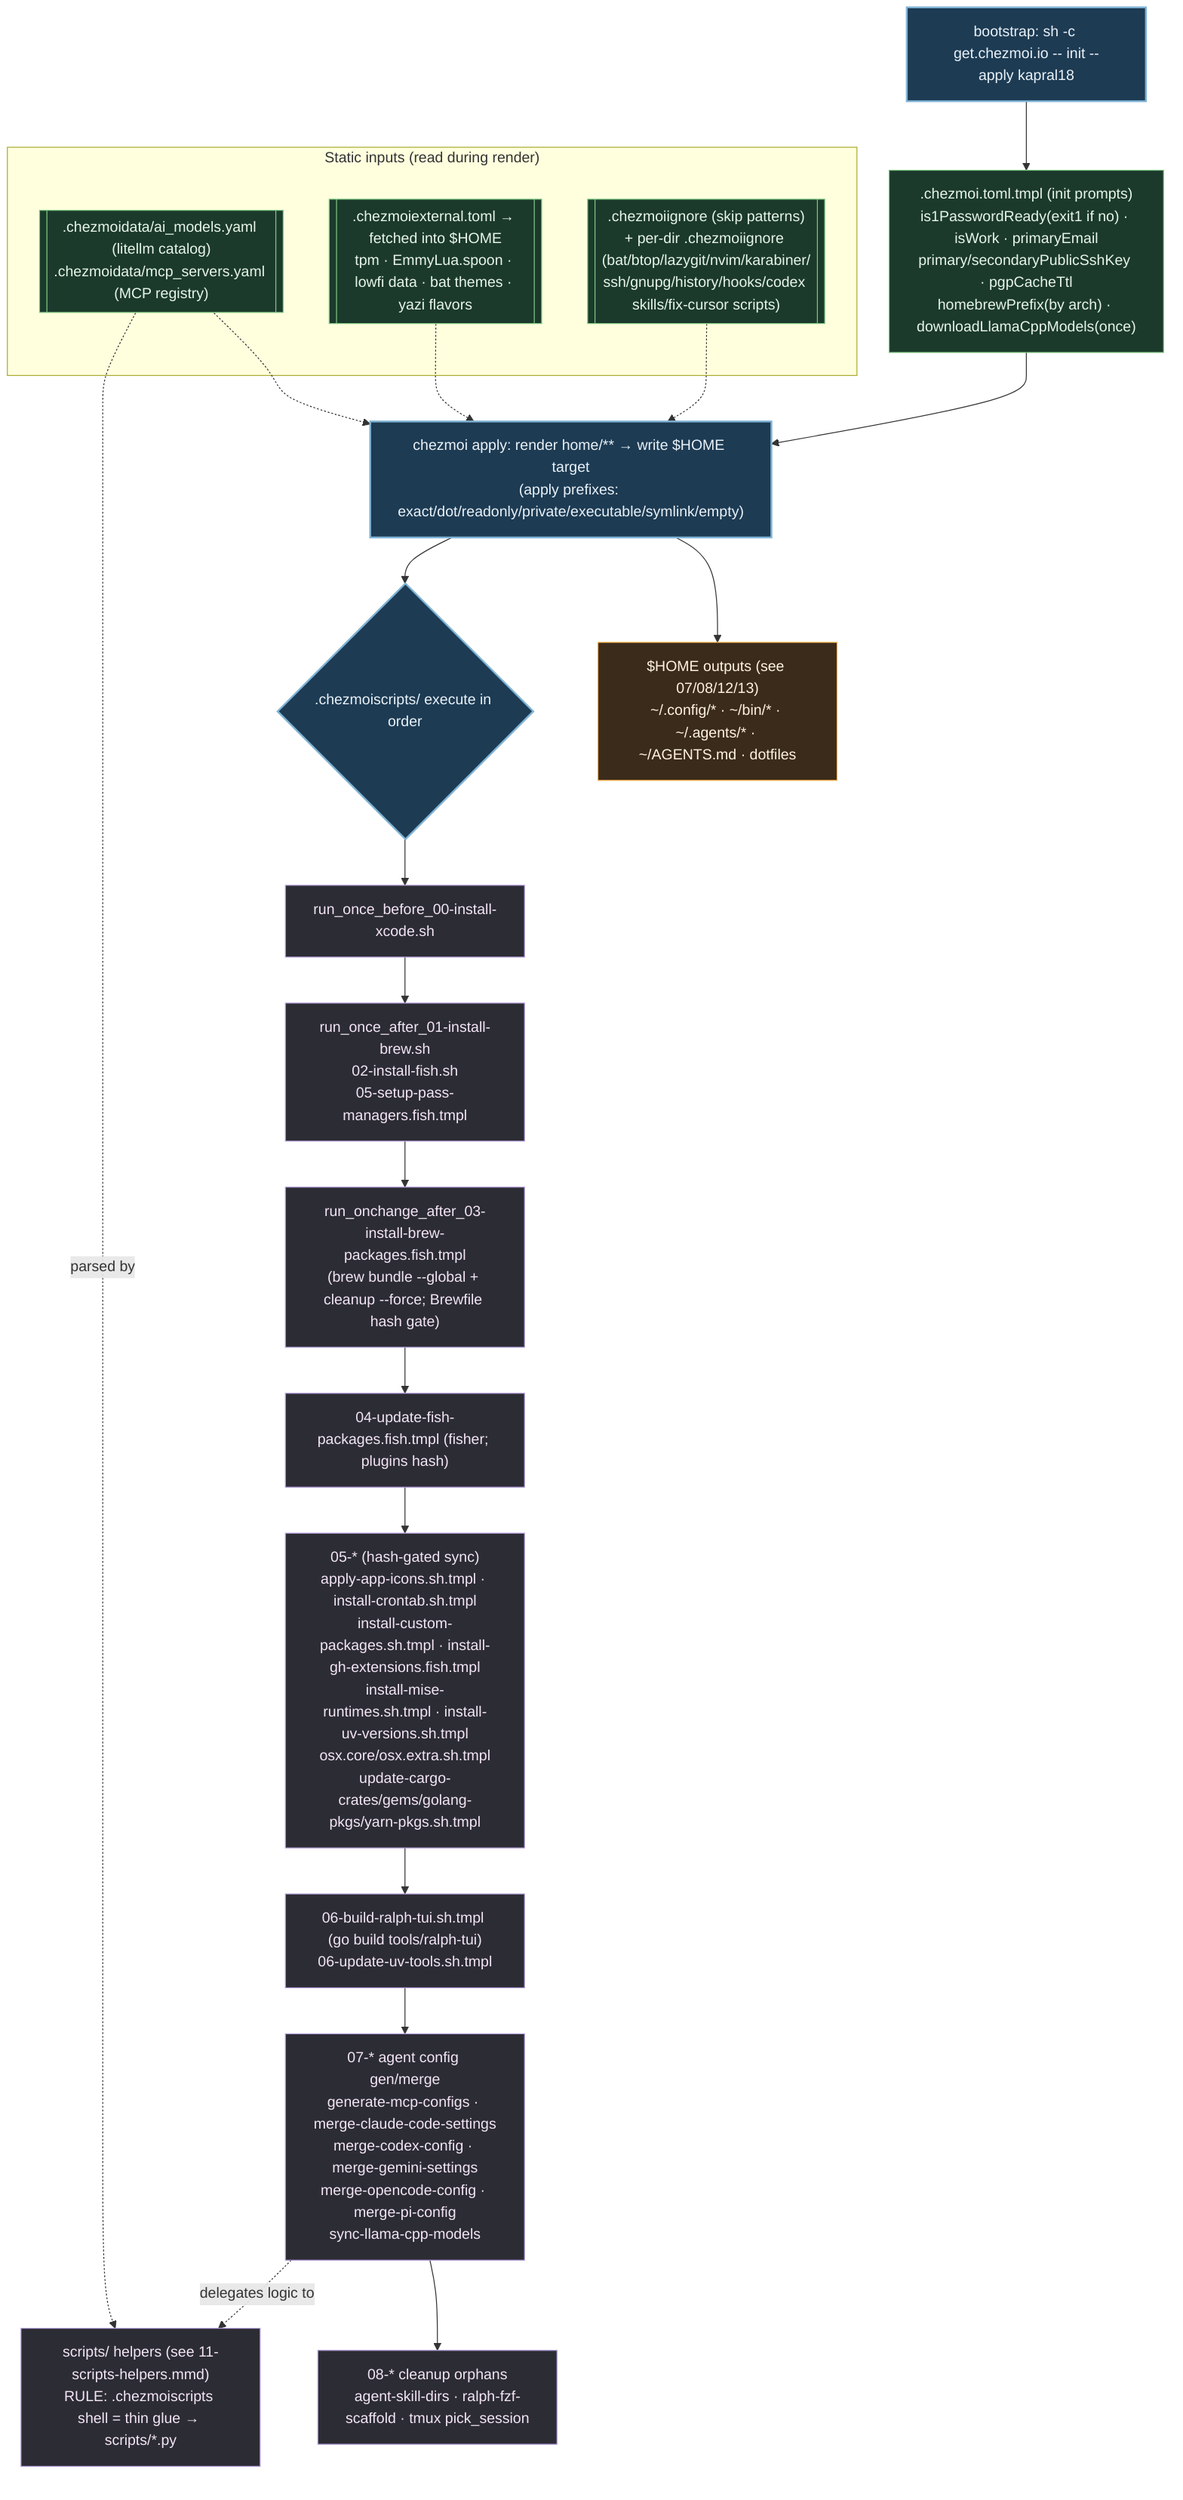
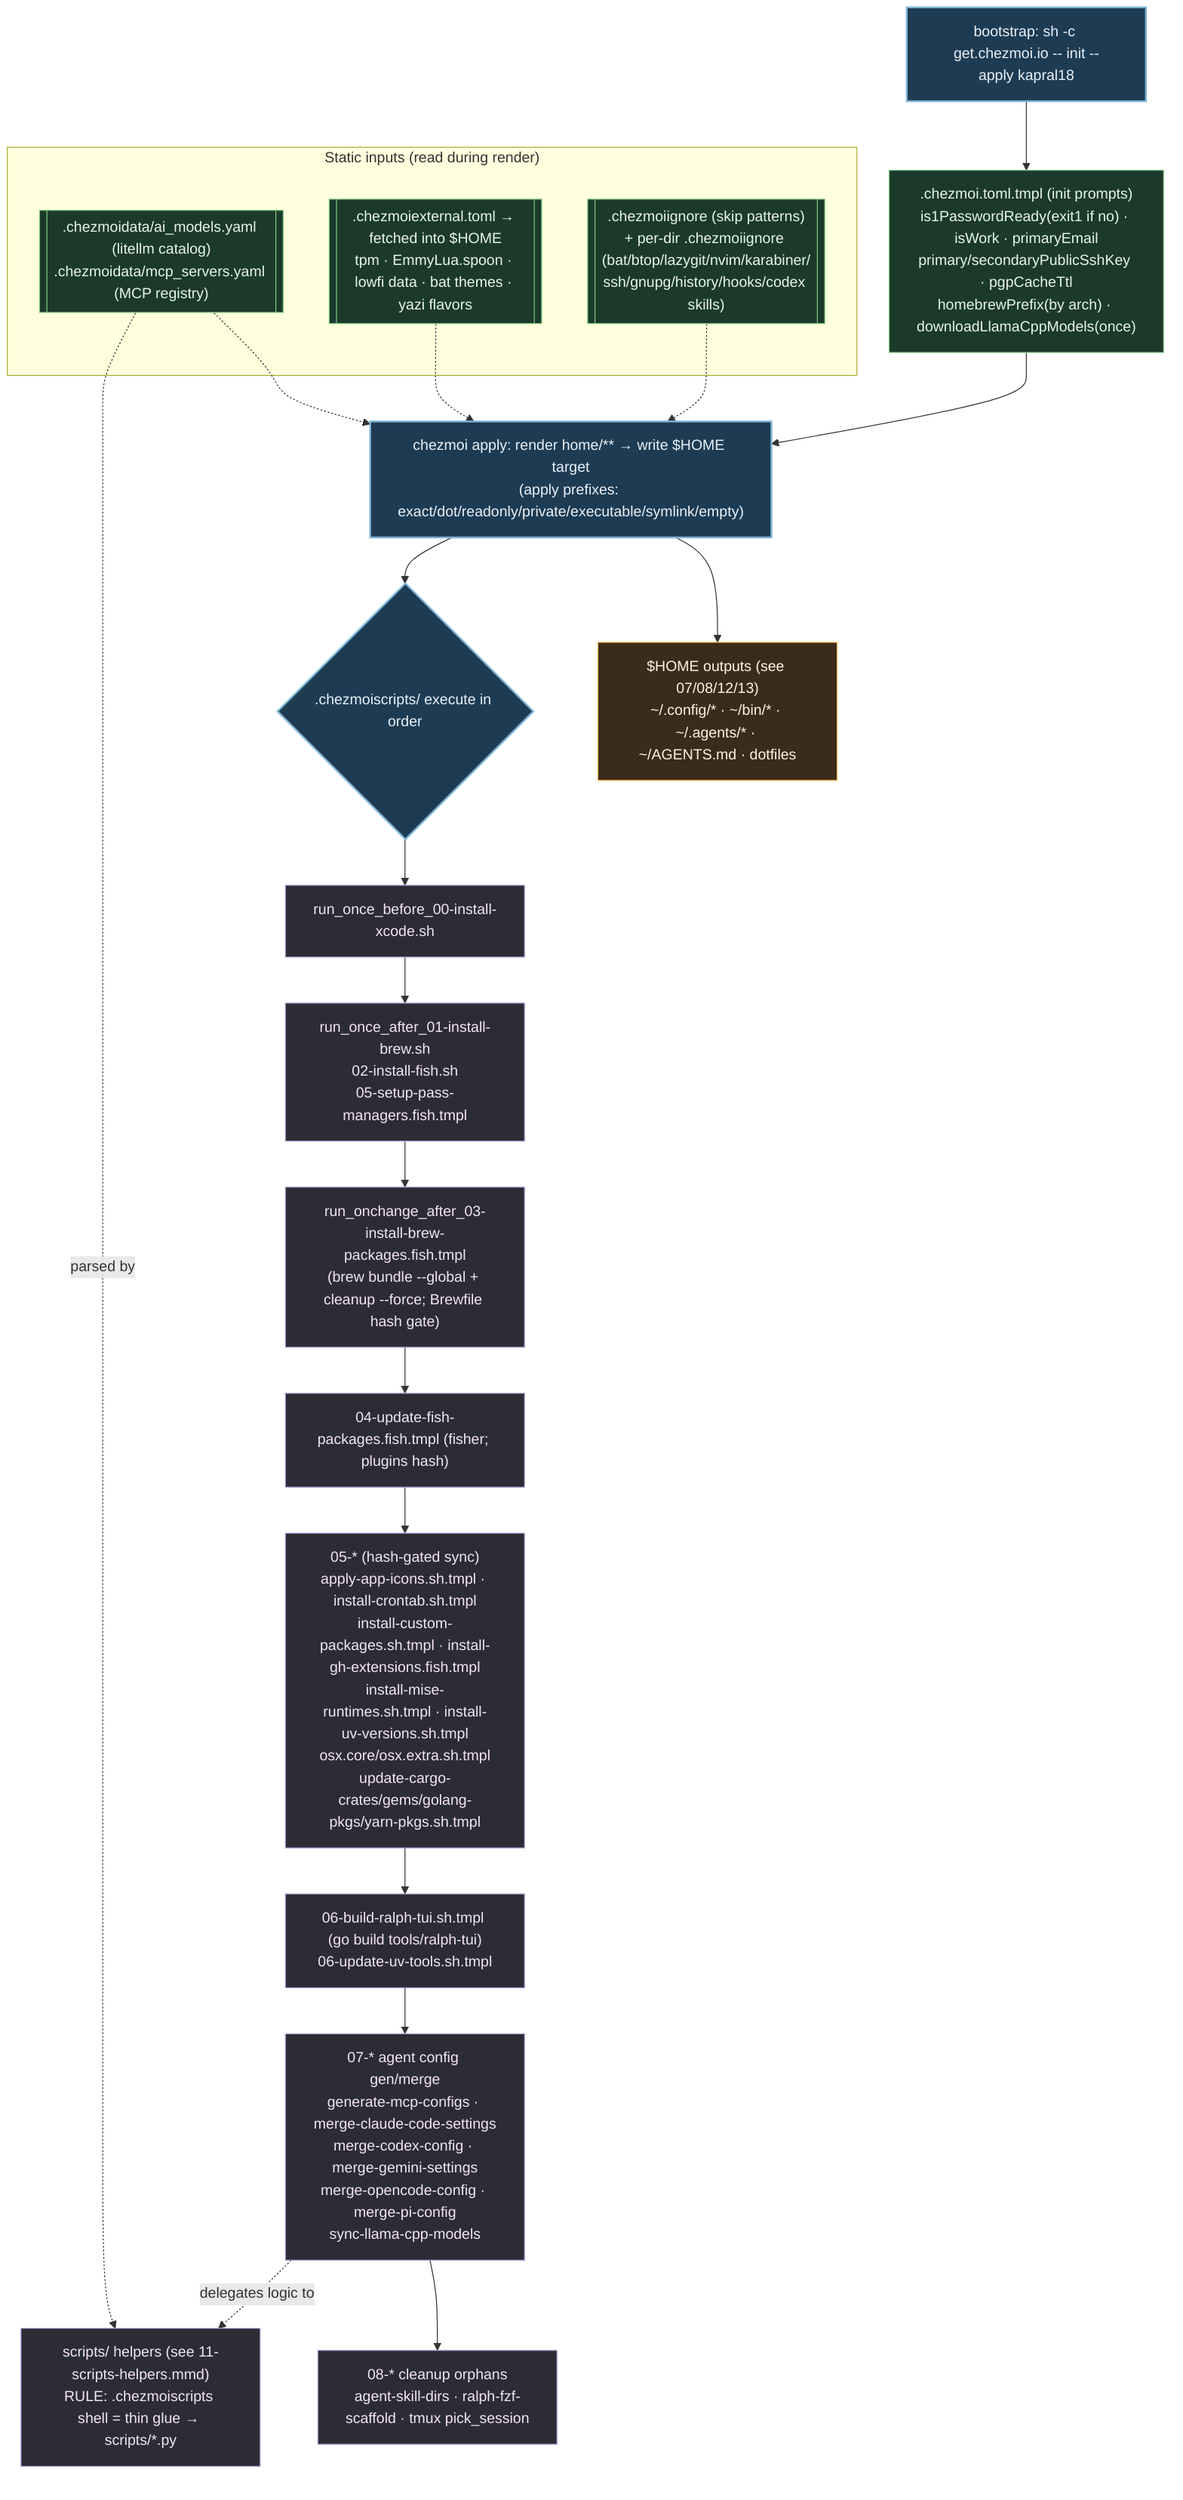
%% ============================================================================
%% 01-chezmoi-pipeline.mmd — `chezmoi apply` lifecycle. Names EVERY hook in
%% home/.chezmoiscripts/ (30) and every config/data input. Hooks run in
%% filename order: run_once_before < run_once_after < run_onchange_after,
%% then numeric 00..08 within each class. *.tmpl = templated; .fish.tmpl run
%% under fish; .sh / .sh.tmpl run under bash.
%% ============================================================================
flowchart TD
    classDef phase fill:#1d3b53,stroke:#7fb3d5,color:#eaf2f8,stroke-width:2px;
    classDef data fill:#1b3a2b,stroke:#81c784,color:#e8f5e9;
    classDef script fill:#2c2c34,stroke:#b39ddb,color:#f3e5f5;
    classDef out fill:#3a2b1b,stroke:#ffb74d,color:#fff3e0;

    BOOT["bootstrap: sh -c get.chezmoi.io -- init --apply kapral18"]:::phase
    INIT[".chezmoi.toml.tmpl (init prompts)<br/>is1PasswordReady(exit1 if no) · isWork · primaryEmail<br/>primary/secondaryPublicSshKey · pgpCacheTtl<br/>homebrewPrefix(by arch) · downloadLlamaCppModels(once)"]:::data

    subgraph INPUTS["Static inputs (read during render)"]
        DATA[[".chezmoidata/ai_models.yaml (litellm catalog)<br/>.chezmoidata/mcp_servers.yaml (MCP registry)"]]:::data
        EXT[[".chezmoiexternal.toml → fetched into $HOME<br/>tpm · EmmyLua.spoon · lowfi data · bat themes · yazi flavors"]]:::data
-         IGN[[".chezmoiignore (skip patterns)<br/>+ per-dir .chezmoiignore (bat/btop/lazygit/nvim/karabiner/<br/>ssh/gnupg/history/hooks/codex skills/fix-cursor scripts)"]]:::data
+         IGN[[".chezmoiignore (skip patterns)<br/>+ per-dir .chezmoiignore (bat/btop/lazygit/nvim/karabiner/<br/>ssh/gnupg/history/hooks/codex skills)"]]:::data
    end

    BOOT --> INIT --> APPLY
    DATA & EXT & IGN -.-> APPLY

    APPLY["chezmoi apply: render home/** → write $HOME target<br/>(apply prefixes: exact/dot/readonly/private/executable/symlink/empty)"]:::phase
    APPLY --> TARGETS["$HOME outputs (see 07/08/12/13)<br/>~/.config/* · ~/bin/* · ~/.agents/* · ~/AGENTS.md · dotfiles"]:::out

    APPLY --> HOOKS{".chezmoiscripts/ execute in order"}:::phase

    HOOKS --> B0["run_once_before_00-install-xcode.sh"]:::script
    B0 --> A01["run_once_after_01-install-brew.sh<br/>02-install-fish.sh<br/>05-setup-pass-managers.fish.tmpl"]:::script
    A01 --> C03["run_onchange_after_03-install-brew-packages.fish.tmpl<br/>(brew bundle --global + cleanup --force; Brewfile hash gate)"]:::script
    C03 --> C04["04-update-fish-packages.fish.tmpl (fisher; plugins hash)"]:::script
    C04 --> C05["05-* (hash-gated sync)<br/>apply-app-icons.sh.tmpl · install-crontab.sh.tmpl<br/>install-custom-packages.sh.tmpl · install-gh-extensions.fish.tmpl<br/>install-mise-runtimes.sh.tmpl · install-uv-versions.sh.tmpl<br/>osx.core/osx.extra.sh.tmpl<br/>update-cargo-crates/gems/golang-pkgs/yarn-pkgs.sh.tmpl"]:::script
    C05 --> C06["06-build-ralph-tui.sh.tmpl (go build tools/ralph-tui)<br/>06-update-uv-tools.sh.tmpl"]:::script
    C06 --> C07["07-* agent config gen/merge<br/>generate-mcp-configs · merge-claude-code-settings<br/>merge-codex-config · merge-gemini-settings<br/>merge-opencode-config · merge-pi-config<br/>sync-llama-cpp-models"]:::script
    C07 --> C08["08-* cleanup orphans<br/>agent-skill-dirs · ralph-fzf-scaffold · tmux pick_session"]:::script

    C07 -. delegates logic to .-> HELP["scripts/ helpers (see 11-scripts-helpers.mmd)<br/>RULE: .chezmoiscripts shell = thin glue → scripts/*.py"]:::script
    DATA -.parsed by.-> HELP
